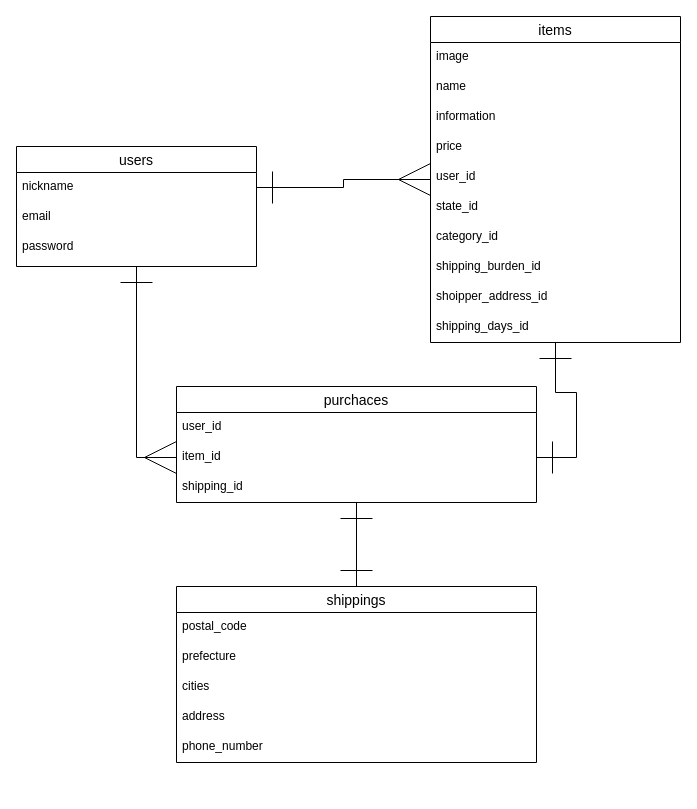
Earlier version of the draw.io diagram .dio (kenshin-kaitou/furima-32471). Source tidied: cells renumbered, new cells numbered last; positions are measured from the earlier drawing's top-left corner, leaving out a move shared by most shapes. Both pictures are drawn from the tidied source at 100%, with x=0, y=0 at pixel (16, 16).
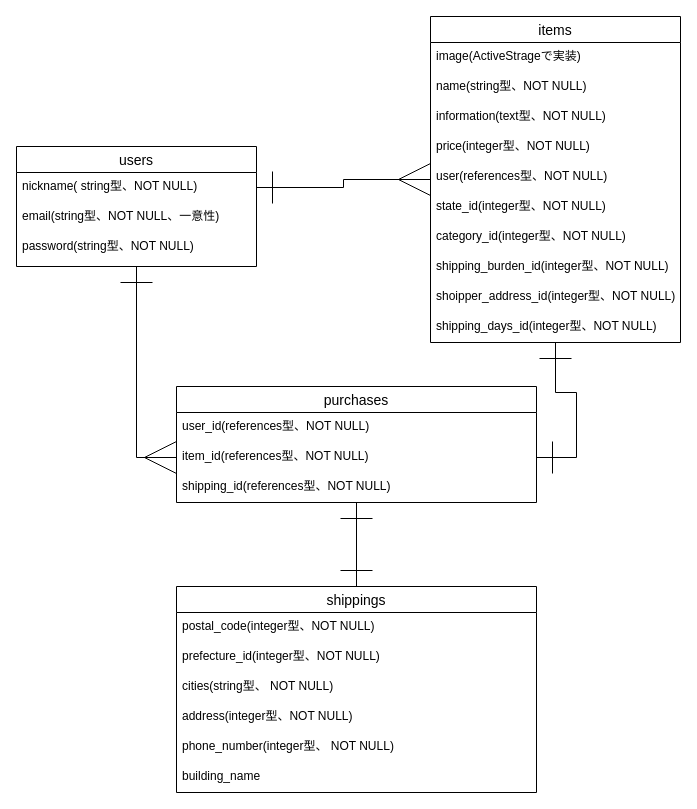
After the change.

The change refers to these unchanged cells:
```xml
<mxCell id="3" value="users" style="swimlane;fontStyle=0;horizontal=1;startSize=26;align=center;fontSize=14;" parent="1" vertex="1">
  <mxGeometry y="130" width="240" height="120" as="geometry" />
</mxCell>
<mxCell id="19" value="items" style="swimlane;fontStyle=0;horizontal=1;startSize=26;align=center;fontSize=14;" parent="1" vertex="1">
  <mxGeometry x="414" width="250" height="326" as="geometry" />
</mxCell>
```

What changed in the source:
```diff
@@
-    <mxCell id="4" value="nickname" style="text;strokeColor=none;fillColor=none;spacingLeft=4;spacingRight=4;overflow=hidden;points=[[0,0.5],[1,0.5]];portConstraint=eastwest;fontSize=12;" parent="3" vertex="1">
+    <mxCell id="4" value="nickname( string型、NOT NULL)" style="text;strokeColor=none;fillColor=none;spacingLeft=4;spacingRight=4;overflow=hidden;points=[[0,0.5],[1,0.5]];portConstraint=eastwest;fontSize=12;" parent="3" vertex="1">
       <mxGeometry y="26" width="240" height="30" as="geometry" />
     </mxCell>
-    <mxCell id="5" value="email" style="text;strokeColor=none;fillColor=none;spacingLeft=4;spacingRight=4;overflow=hidden;fontSize=12;" parent="3" vertex="1">
+    <mxCell id="5" value="email(string型、NOT NULL、一意性)" style="text;strokeColor=none;fillColor=none;spacingLeft=4;spacingRight=4;overflow=hidden;fontSize=12;" parent="3" vertex="1">
       <mxGeometry y="56" width="240" height="30" as="geometry" />
     </mxCell>
-    <mxCell id="6" value="password" style="text;strokeColor=none;fillColor=none;spacingLeft=4;spacingRight=4;overflow=hidden;fontSize=12;" parent="3" vertex="1">
+    <mxCell id="6" value="password(string型、NOT NULL)" style="text;strokeColor=none;fillColor=none;spacingLeft=4;spacingRight=4;overflow=hidden;fontSize=12;" parent="3" vertex="1">
       <mxGeometry y="86" width="240" height="34" as="geometry" />
     </mxCell>
@@
-    <mxCell id="9" value="purchaces" style="swimlane;fontStyle=0;horizontal=1;startSize=26;align=center;fontSize=14;" parent="1" vertex="1">
+    <mxCell id="9" value="purchases" style="swimlane;fontStyle=0;horizontal=1;startSize=26;align=center;fontSize=14;" parent="1" vertex="1">
       <mxGeometry x="160" y="370" width="360" height="116" as="geometry" />
     </mxCell>
-    <mxCell id="10" value="user_id" style="text;strokeColor=none;fillColor=none;spacingLeft=4;spacingRight=4;overflow=hidden;fontSize=12;" parent="9" vertex="1">
+    <mxCell id="10" value="user_id(references型、NOT NULL)" style="text;strokeColor=none;fillColor=none;spacingLeft=4;spacingRight=4;overflow=hidden;fontSize=12;" parent="9" vertex="1">
       <mxGeometry y="26" width="360" height="30" as="geometry" />
     </mxCell>
-    <mxCell id="11" value="item_id" style="text;strokeColor=none;fillColor=none;spacingLeft=4;spacingRight=4;overflow=hidden;points=[[0,0.5],[1,0.5]];portConstraint=eastwest;fontSize=12;" parent="9" vertex="1">
+    <mxCell id="11" value="item_id(references型、NOT NULL)" style="text;strokeColor=none;fillColor=none;spacingLeft=4;spacingRight=4;overflow=hidden;points=[[0,0.5],[1,0.5]];portConstraint=eastwest;fontSize=12;" parent="9" vertex="1">
       <mxGeometry y="56" width="360" height="30" as="geometry" />
     </mxCell>
-    <mxCell id="12" value="shipping_id" style="text;strokeColor=none;fillColor=none;spacingLeft=4;spacingRight=4;overflow=hidden;fontSize=12;" parent="9" vertex="1">
+    <mxCell id="12" value="shipping_id(references型、NOT NULL)" style="text;strokeColor=none;fillColor=none;spacingLeft=4;spacingRight=4;overflow=hidden;fontSize=12;" parent="9" vertex="1">
       <mxGeometry y="86" width="360" height="30" as="geometry" />
     </mxCell>
     <mxCell id="13" value="shippings" style="swimlane;fontStyle=0;horizontal=1;startSize=26;align=center;fontSize=14;" parent="1" vertex="1">
-      <mxGeometry x="160" y="570" width="360" height="176" as="geometry" />
+      <mxGeometry x="160" y="570" width="360" height="206" as="geometry" />
     </mxCell>
-    <mxCell id="14" value="postal_code" style="text;strokeColor=none;fillColor=none;spacingLeft=4;spacingRight=4;overflow=hidden;fontSize=12;" parent="13" vertex="1">
+    <mxCell id="14" value="postal_code(integer型、NOT NULL)" style="text;strokeColor=none;fillColor=none;spacingLeft=4;spacingRight=4;overflow=hidden;fontSize=12;" parent="13" vertex="1">
       <mxGeometry y="26" width="360" height="30" as="geometry" />
     </mxCell>
-    <mxCell id="15" value="prefecture" style="text;strokeColor=none;fillColor=none;spacingLeft=4;spacingRight=4;overflow=hidden;fontSize=12;" parent="13" vertex="1">
+    <mxCell id="15" value="prefecture_id(integer型、NOT NULL)" style="text;strokeColor=none;fillColor=none;spacingLeft=4;spacingRight=4;overflow=hidden;fontSize=12;" parent="13" vertex="1">
       <mxGeometry y="56" width="360" height="30" as="geometry" />
     </mxCell>
-    <mxCell id="16" value="cities" style="text;strokeColor=none;fillColor=none;spacingLeft=4;spacingRight=4;overflow=hidden;fontSize=12;" parent="13" vertex="1">
+    <mxCell id="16" value="cities(string型、 NOT NULL)" style="text;strokeColor=none;fillColor=none;spacingLeft=4;spacingRight=4;overflow=hidden;fontSize=12;" parent="13" vertex="1">
       <mxGeometry y="86" width="360" height="30" as="geometry" />
     </mxCell>
-    <mxCell id="17" value="address" style="text;strokeColor=none;fillColor=none;spacingLeft=4;spacingRight=4;overflow=hidden;fontSize=12;" parent="13" vertex="1">
+    <mxCell id="17" value="address(integer型、NOT NULL)" style="text;strokeColor=none;fillColor=none;spacingLeft=4;spacingRight=4;overflow=hidden;fontSize=12;" parent="13" vertex="1">
       <mxGeometry y="116" width="360" height="30" as="geometry" />
     </mxCell>
-    <mxCell id="18" value="phone_number" style="text;strokeColor=none;fillColor=none;spacingLeft=4;spacingRight=4;overflow=hidden;fontSize=12;" parent="13" vertex="1">
+    <mxCell id="18" value="phone_number(integer型、 NOT NULL)" style="text;strokeColor=none;fillColor=none;spacingLeft=4;spacingRight=4;overflow=hidden;fontSize=12;" parent="13" vertex="1">
       <mxGeometry y="146" width="360" height="30" as="geometry" />
     </mxCell>
+    <mxCell id="31" value="building_name" style="text;strokeColor=none;fillColor=none;spacingLeft=4;spacingRight=4;overflow=hidden;fontSize=12;" parent="13" vertex="1">
+      <mxGeometry y="176" width="360" height="30" as="geometry" />
+    </mxCell>
@@
-    <mxCell id="20" value="image" style="text;strokeColor=none;fillColor=none;spacingLeft=4;spacingRight=4;overflow=hidden;fontSize=12;" parent="19" vertex="1">
+    <mxCell id="20" value="image(ActiveStrageで実装)" style="text;strokeColor=none;fillColor=none;spacingLeft=4;spacingRight=4;overflow=hidden;fontSize=12;" parent="19" vertex="1">
       <mxGeometry y="26" width="250" height="30" as="geometry" />
     </mxCell>
-    <mxCell id="21" value="name" style="text;strokeColor=none;fillColor=none;spacingLeft=4;spacingRight=4;overflow=hidden;fontSize=12;" parent="19" vertex="1">
+    <mxCell id="21" value="name(string型、NOT NULL)" style="text;strokeColor=none;fillColor=none;spacingLeft=4;spacingRight=4;overflow=hidden;fontSize=12;" parent="19" vertex="1">
       <mxGeometry y="56" width="250" height="30" as="geometry" />
     </mxCell>
-    <mxCell id="22" value="information" style="text;strokeColor=none;fillColor=none;spacingLeft=4;spacingRight=4;overflow=hidden;fontSize=12;" parent="19" vertex="1">
+    <mxCell id="22" value="information(text型、NOT NULL)" style="text;strokeColor=none;fillColor=none;spacingLeft=4;spacingRight=4;overflow=hidden;fontSize=12;" parent="19" vertex="1">
       <mxGeometry y="86" width="250" height="30" as="geometry" />
     </mxCell>
-    <mxCell id="23" value="price" style="text;strokeColor=none;fillColor=none;spacingLeft=4;spacingRight=4;overflow=hidden;fontSize=12;" parent="19" vertex="1">
+    <mxCell id="23" value="price(integer型、NOT NULL)" style="text;strokeColor=none;fillColor=none;spacingLeft=4;spacingRight=4;overflow=hidden;fontSize=12;" parent="19" vertex="1">
       <mxGeometry y="116" width="250" height="30" as="geometry" />
     </mxCell>
-    <mxCell id="24" value="user_id" style="text;strokeColor=none;fillColor=none;spacingLeft=4;spacingRight=4;overflow=hidden;fontSize=12;" parent="19" vertex="1">
+    <mxCell id="24" value="user(references型、NOT NULL)" style="text;strokeColor=none;fillColor=none;spacingLeft=4;spacingRight=4;overflow=hidden;fontSize=12;" parent="19" vertex="1">
       <mxGeometry y="146" width="250" height="30" as="geometry" />
     </mxCell>
-    <mxCell id="25" value="state_id" style="text;strokeColor=none;fillColor=none;spacingLeft=4;spacingRight=4;overflow=hidden;fontSize=12;" parent="19" vertex="1">
+    <mxCell id="25" value="state_id(integer型、NOT NULL)" style="text;strokeColor=none;fillColor=none;spacingLeft=4;spacingRight=4;overflow=hidden;fontSize=12;" parent="19" vertex="1">
       <mxGeometry y="176" width="250" height="30" as="geometry" />
     </mxCell>
-    <mxCell id="26" value="category_id" style="text;strokeColor=none;fillColor=none;spacingLeft=4;spacingRight=4;overflow=hidden;fontSize=12;" parent="19" vertex="1">
+    <mxCell id="26" value="category_id(integer型、NOT NULL)" style="text;strokeColor=none;fillColor=none;spacingLeft=4;spacingRight=4;overflow=hidden;fontSize=12;" parent="19" vertex="1">
       <mxGeometry y="206" width="250" height="30" as="geometry" />
     </mxCell>
-    <mxCell id="27" value="shipping_burden_id" style="text;strokeColor=none;fillColor=none;spacingLeft=4;spacingRight=4;overflow=hidden;fontSize=12;" parent="19" vertex="1">
+    <mxCell id="27" value="shipping_burden_id(integer型、NOT NULL)" style="text;strokeColor=none;fillColor=none;spacingLeft=4;spacingRight=4;overflow=hidden;fontSize=12;" parent="19" vertex="1">
       <mxGeometry y="236" width="250" height="30" as="geometry" />
     </mxCell>
-    <mxCell id="28" value="shoipper_address_id" style="text;strokeColor=none;fillColor=none;spacingLeft=4;spacingRight=4;overflow=hidden;fontSize=12;" parent="19" vertex="1">
+    <mxCell id="28" value="shoipper_address_id(integer型、NOT NULL)" style="text;strokeColor=none;fillColor=none;spacingLeft=4;spacingRight=4;overflow=hidden;fontSize=12;" parent="19" vertex="1">
       <mxGeometry y="266" width="250" height="30" as="geometry" />
     </mxCell>
-    <mxCell id="29" value="shipping_days_id" style="text;strokeColor=none;fillColor=none;spacingLeft=4;spacingRight=4;overflow=hidden;fontSize=12;" parent="19" vertex="1">
+    <mxCell id="29" value="shipping_days_id(integer型、NOT NULL)" style="text;strokeColor=none;fillColor=none;spacingLeft=4;spacingRight=4;overflow=hidden;fontSize=12;" parent="19" vertex="1">
       <mxGeometry y="296" width="250" height="30" as="geometry" />
     </mxCell>
```
